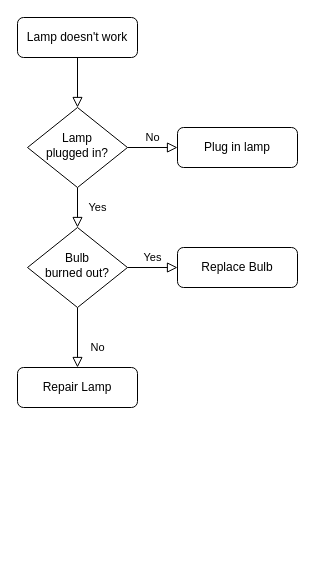
Above: EasyInvest账务开户.drawio in DonnieLe/MyDocs (draw.io), before the change. Source tidied: cells renumbered, new cells numbered last; positions are measured from the earlier drawing's top-left corner, leaving out a move shared by most shapes. Both pictures are drawn from the tidied source at 100%, with x=0, y=0 at pixel (17, 17).
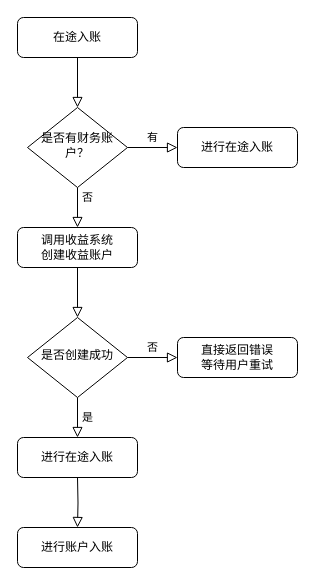
Above is the later version.

Change to the diagram source:
```diff
@@
 <mxGraphModel>
   <root>
     <mxCell id="0" />
     <mxCell id="1" parent="0" />
     <mxCell id="2" style="rounded=0;html=1;jettySize=auto;fontSize=11;endArrow=block;endFill=0;endSize=8;strokeWidth=1;shadow=0;labelBackgroundColor=none;edgeStyle=orthogonalEdgeStyle;" parent="1" edge="1" source="3" target="6">
       <mxGeometry relative="1" as="geometry" />
     </mxCell>
-    <mxCell id="3" value="Lamp doesn't work" style="rounded=1;whiteSpace=wrap;html=1;fontSize=12;glass=0;strokeWidth=1;shadow=0;" parent="1" vertex="1">
+    <mxCell id="3" value="在途入账" style="rounded=1;whiteSpace=wrap;html=1;fontSize=12;glass=0;strokeWidth=1;shadow=0;" parent="1" vertex="1">
       <mxGeometry width="120" height="40" as="geometry" />
     </mxCell>
-    <mxCell id="4" value="Yes" style="rounded=0;html=1;jettySize=auto;fontSize=11;endArrow=block;endFill=0;endSize=8;strokeWidth=1;shadow=0;labelBackgroundColor=none;edgeStyle=orthogonalEdgeStyle;" parent="1" edge="1" source="6" target="10">
-      <mxGeometry y="20" relative="1" as="geometry" />
+    <mxCell id="4" value="否" style="rounded=0;html=1;jettySize=auto;fontSize=11;endArrow=block;endFill=0;endSize=8;strokeWidth=1;shadow=0;labelBackgroundColor=none;edgeStyle=orthogonalEdgeStyle;entryX=0.5;entryY=0;entryDx=0;entryDy=0;" parent="1" edge="1" source="6" target="13">
+      <mxGeometry x="-0.5" y="10" relative="1" as="geometry" />
     </mxCell>
-    <mxCell id="5" value="No" style="edgeStyle=orthogonalEdgeStyle;rounded=0;html=1;jettySize=auto;fontSize=11;endArrow=block;endFill=0;endSize=8;strokeWidth=1;shadow=0;labelBackgroundColor=none;" parent="1" edge="1" source="6" target="7">
+    <mxCell id="5" value="有" style="edgeStyle=orthogonalEdgeStyle;rounded=0;html=1;jettySize=auto;fontSize=11;endArrow=block;endFill=0;endSize=8;strokeWidth=1;shadow=0;labelBackgroundColor=none;" parent="1" edge="1" source="6" target="7">
       <mxGeometry y="10" relative="1" as="geometry" />
     </mxCell>
-    <mxCell id="6" value="Lamp&lt;br&gt;plugged in?" style="rhombus;whiteSpace=wrap;html=1;shadow=0;fontFamily=Helvetica;fontSize=12;align=center;strokeWidth=1;spacing=6;spacingTop=-4;" parent="1" vertex="1">
+    <mxCell id="6" value="是否有财务账户？" style="rhombus;whiteSpace=wrap;html=1;shadow=0;fontFamily=Helvetica;fontSize=12;align=center;strokeWidth=1;spacing=6;spacingTop=-4;" parent="1" vertex="1">
       <mxGeometry x="10" y="90" width="100" height="80" as="geometry" />
     </mxCell>
-    <mxCell id="7" value="Plug in lamp" style="rounded=1;whiteSpace=wrap;html=1;fontSize=12;glass=0;strokeWidth=1;shadow=0;" parent="1" vertex="1">
+    <mxCell id="7" value="进行在途入账" style="rounded=1;whiteSpace=wrap;html=1;fontSize=12;glass=0;strokeWidth=1;shadow=0;" parent="1" vertex="1">
       <mxGeometry x="160" y="110" width="120" height="40" as="geometry" />
     </mxCell>
-    <mxCell id="8" value="No" style="rounded=0;html=1;jettySize=auto;fontSize=11;endArrow=block;endFill=0;endSize=8;strokeWidth=1;shadow=0;labelBackgroundColor=none;edgeStyle=orthogonalEdgeStyle;" parent="1" edge="1" source="10" target="11">
-      <mxGeometry x="0.33" y="20" relative="1" as="geometry" />
+    <mxCell id="8" value="是" style="rounded=0;html=1;jettySize=auto;fontSize=11;endArrow=block;endFill=0;endSize=8;strokeWidth=1;shadow=0;labelBackgroundColor=none;edgeStyle=orthogonalEdgeStyle;" parent="1" edge="1" source="10" target="11">
+      <mxGeometry y="10" relative="1" as="geometry" />
     </mxCell>
-    <mxCell id="9" value="Yes" style="edgeStyle=orthogonalEdgeStyle;rounded=0;html=1;jettySize=auto;fontSize=11;endArrow=block;endFill=0;endSize=8;strokeWidth=1;shadow=0;labelBackgroundColor=none;" parent="1" edge="1" source="10" target="12">
+    <mxCell id="9" value="否" style="edgeStyle=orthogonalEdgeStyle;rounded=0;html=1;jettySize=auto;fontSize=11;endArrow=block;endFill=0;endSize=8;strokeWidth=1;shadow=0;labelBackgroundColor=none;" parent="1" edge="1" source="10" target="12">
       <mxGeometry y="10" relative="1" as="geometry" />
     </mxCell>
-    <mxCell id="10" value="Bulb&lt;br&gt;burned out?" style="rhombus;whiteSpace=wrap;html=1;shadow=0;fontFamily=Helvetica;fontSize=12;align=center;strokeWidth=1;spacing=6;spacingTop=-4;" parent="1" vertex="1">
-      <mxGeometry x="10" y="210" width="100" height="80" as="geometry" />
+    <mxCell id="10" value="是否创建成功" style="rhombus;whiteSpace=wrap;html=1;shadow=0;fontFamily=Helvetica;fontSize=12;align=center;strokeWidth=1;spacing=6;spacingTop=-4;" parent="1" vertex="1">
+      <mxGeometry x="10" y="300" width="100" height="80" as="geometry" />
     </mxCell>
-    <mxCell id="11" value="Repair Lamp" style="rounded=1;whiteSpace=wrap;html=1;fontSize=12;glass=0;strokeWidth=1;shadow=0;" parent="1" vertex="1">
-      <mxGeometry y="350" width="120" height="40" as="geometry" />
+    <mxCell id="11" value="进行在途入账" style="rounded=1;whiteSpace=wrap;html=1;fontSize=12;glass=0;strokeWidth=1;shadow=0;" parent="1" vertex="1">
+      <mxGeometry y="420" width="120" height="40" as="geometry" />
     </mxCell>
-    <mxCell id="12" value="Replace Bulb" style="rounded=1;whiteSpace=wrap;html=1;fontSize=12;glass=0;strokeWidth=1;shadow=0;" parent="1" vertex="1">
-      <mxGeometry x="160" y="230" width="120" height="40" as="geometry" />
+    <mxCell id="12" value="直接返回错误&lt;br&gt;等待用户重试" style="rounded=1;whiteSpace=wrap;html=1;fontSize=12;glass=0;strokeWidth=1;shadow=0;" parent="1" vertex="1">
+      <mxGeometry x="160" y="320" width="120" height="40" as="geometry" />
     </mxCell>
+    <mxCell id="13" value="调用收益系统&lt;br&gt;创建收益账户" style="rounded=1;whiteSpace=wrap;html=1;fontSize=12;glass=0;strokeWidth=1;shadow=0;" parent="1" vertex="1">
+      <mxGeometry y="210" width="120" height="40" as="geometry" />
+    </mxCell>
+    <mxCell id="14" style="rounded=0;html=1;jettySize=auto;fontSize=11;endArrow=block;endFill=0;endSize=8;strokeWidth=1;shadow=0;labelBackgroundColor=none;edgeStyle=orthogonalEdgeStyle;entryX=0.5;entryY=0;entryDx=0;entryDy=0;exitX=0.5;exitY=1;exitDx=0;exitDy=0;" parent="1" edge="1" source="13" target="10">
+      <mxGeometry y="10" relative="1" as="geometry" />
+    </mxCell>
+    <mxCell id="15" value="进行账户入账" style="rounded=1;whiteSpace=wrap;html=1;fontSize=12;glass=0;strokeWidth=1;shadow=0;" parent="1" vertex="1">
+      <mxGeometry y="510" width="120" height="40" as="geometry" />
+    </mxCell>
+    <mxCell id="16" style="rounded=0;html=1;jettySize=auto;fontSize=11;endArrow=block;endFill=0;endSize=8;strokeWidth=1;shadow=0;labelBackgroundColor=none;edgeStyle=orthogonalEdgeStyle;" parent="1" edge="1" target="15">
+      <mxGeometry y="10" relative="1" as="geometry">
+        <mxPoint x="60" y="460" as="sourcePoint" />
+      </mxGeometry>
+    </mxCell>
   </root>
 </mxGraphModel>
```
